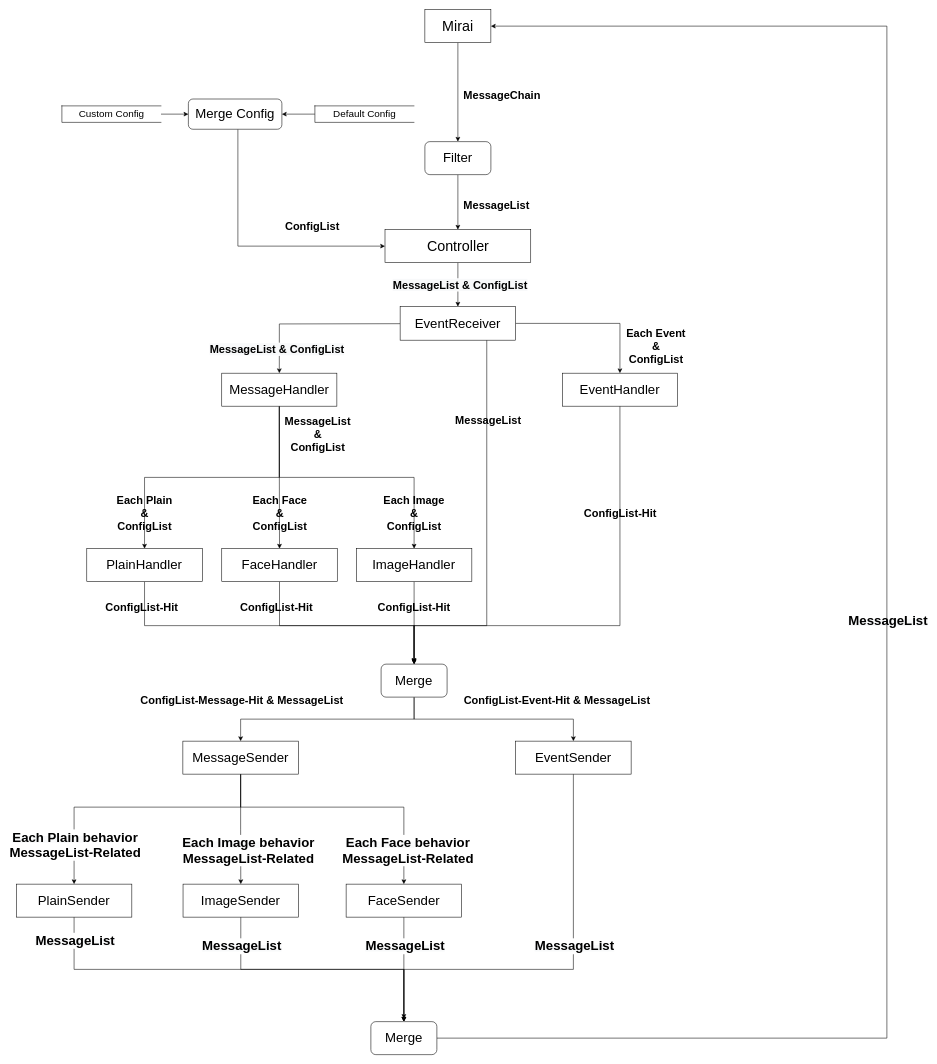
This is diagram/DFG.drawio from ElpsyCN/el-bot-docs, a draw.io file, before an edit. Source tidied: cells renumbered, new cells numbered last; positions are measured from the earlier drawing's top-left corner, leaving out a move shared by most shapes. Both pictures are drawn from the tidied source at 55%, with x=0, y=0 at pixel (16, 9).
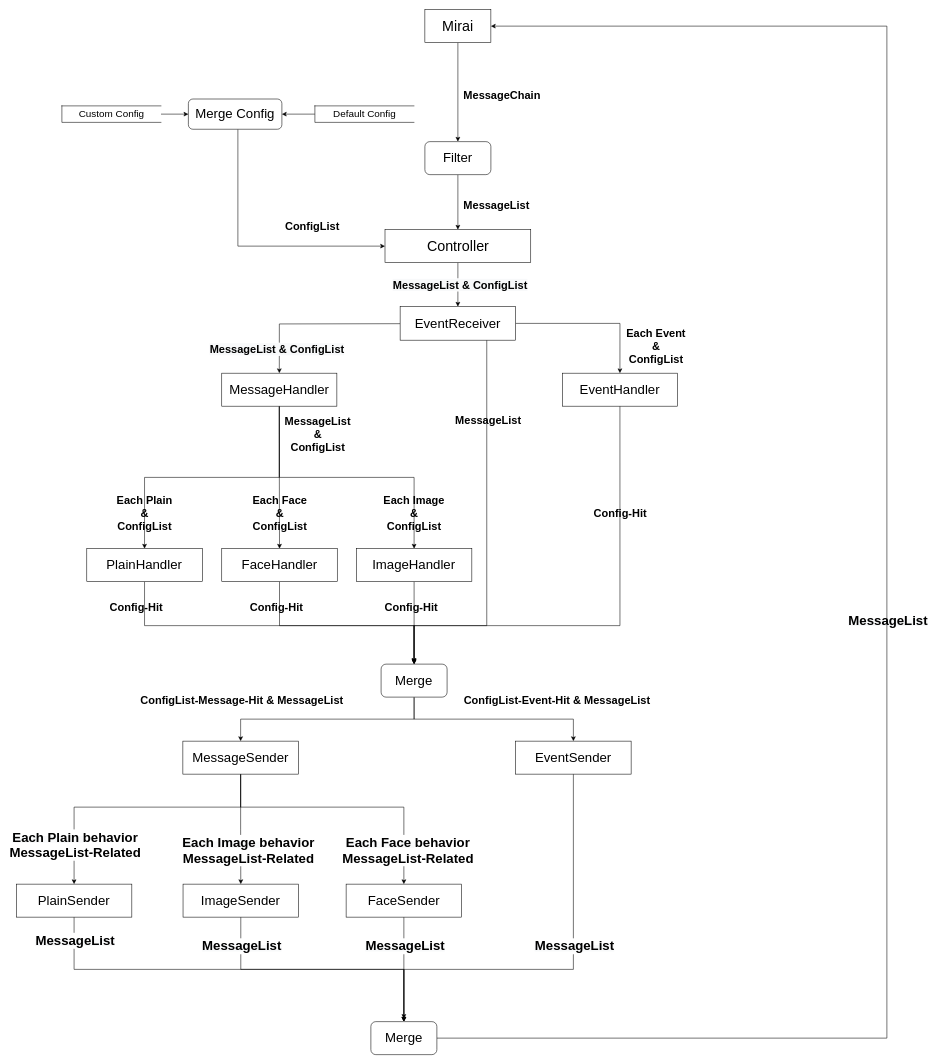
The same diagram, later.

Commit message:
更正数据流图

What changed in the source:
```diff
@@
-    <mxCell id="46" value="ConfigList-Hit" style="text;html=1;align=center;verticalAlign=middle;fontSize=20;fontStyle=1;" parent="1" vertex="1">
-      <mxGeometry x="1022.6" y="900" width="150" height="30" as="geometry" />
+    <mxCell id="46" value="Config-Hit" style="text;html=1;align=center;verticalAlign=middle;fontSize=20;fontStyle=1;" parent="1" vertex="1">
+      <mxGeometry x="1042.6" y="900" width="110" height="30" as="geometry" />
     </mxCell>
@@
-    <mxCell id="62" value="ConfigList-Hit" style="text;html=1;align=center;verticalAlign=middle;fontSize=20;fontStyle=1;" parent="1" vertex="1">
-      <mxGeometry x="648" y="1070" width="150" height="30" as="geometry" />
-    </mxCell>
-    <mxCell id="63" value="ConfigList-Hit" style="text;html=1;align=center;verticalAlign=middle;fontSize=20;fontStyle=1;" parent="1" vertex="1">
-      <mxGeometry x="398.4" y="1070" width="150" height="30" as="geometry" />
-    </mxCell>
-    <mxCell id="64" value="ConfigList-Hit" style="text;html=1;align=center;verticalAlign=middle;fontSize=20;fontStyle=1;" parent="1" vertex="1">
-      <mxGeometry x="153.3" y="1070" width="150" height="30" as="geometry" />
+    <mxCell id="64" value="Config-Hit" style="text;html=1;align=center;verticalAlign=middle;fontSize=20;fontStyle=1;" parent="1" vertex="1">
+      <mxGeometry x="163" y="1070" width="110" height="30" as="geometry" />
     </mxCell>
@@
+    <mxCell id="72" value="Config-Hit" style="text;html=1;align=center;verticalAlign=middle;fontSize=20;fontStyle=1;" parent="1" vertex="1">
+      <mxGeometry x="418" y="1070" width="110" height="30" as="geometry" />
+    </mxCell>
+    <mxCell id="73" value="Config-Hit" style="text;html=1;align=center;verticalAlign=middle;fontSize=20;fontStyle=1;" parent="1" vertex="1">
+      <mxGeometry x="663.4" y="1070" width="110" height="30" as="geometry" />
+    </mxCell>
```
